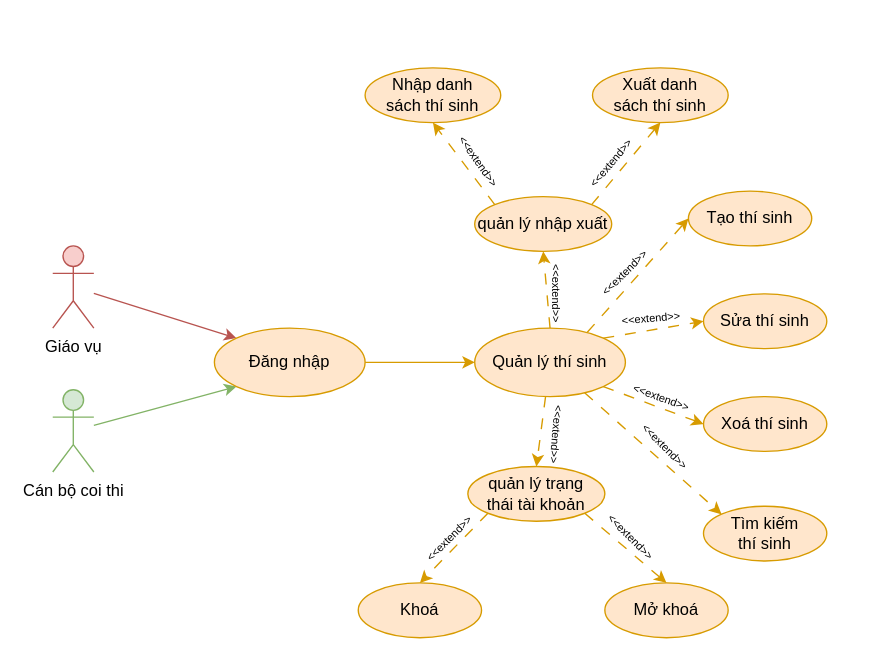
copecute/Edudex-Quiz keeps this draw.io diagram as document/temp/draw/usecase_phanra/usecase_thisinh.drawio. Above is the earlier version. Source tidied: cells renumbered, new cells numbered last; positions are measured from the earlier drawing's top-left corner, leaving out a move shared by most shapes. Both pictures are drawn from the tidied source at 137%, with x=0, y=0 at pixel (52, 67).
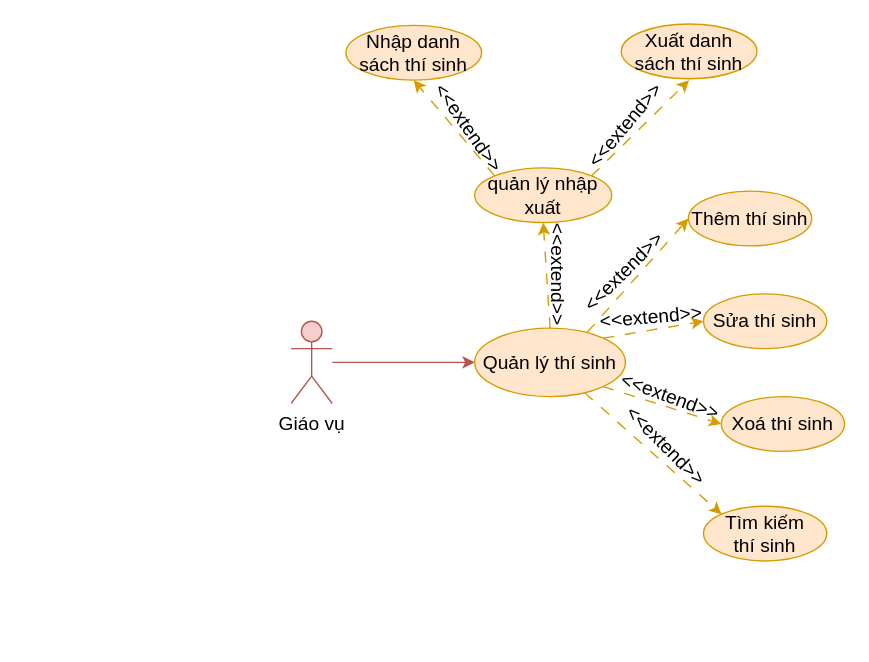
After the change.

Diff of the diagram source:
```diff
@@
-    <mxCell id="2" value="&lt;font style=&quot;font-size: 8px;&quot;&gt;&amp;lt;&amp;lt;extend&amp;gt;&amp;gt;&lt;/font&gt;" style="text;html=1;strokeColor=none;fillColor=none;align=center;verticalAlign=middle;whiteSpace=wrap;rounded=0;rotation=90;" parent="1" vertex="1">
-      <mxGeometry x="339" y="150" width="60" height="30" as="geometry" />
+    <mxCell id="2" value="&lt;font style=&quot;font-size: 14px;&quot;&gt;&amp;lt;&amp;lt;extend&amp;gt;&amp;gt;&lt;/font&gt;" style="text;html=1;strokeColor=none;fillColor=none;align=center;verticalAlign=middle;whiteSpace=wrap;rounded=0;rotation=90;fontSize=14;" parent="1" vertex="1">
+      <mxGeometry x="339" y="136" width="60" height="30" as="geometry" />
     </mxCell>
-    <mxCell id="3" style="rounded=0;jettySize=auto;html=1;entryX=0;entryY=0;entryDx=0;entryDy=0;fillColor=#f8cecc;strokeColor=#b85450;" parent="1" edge="1" source="4" target="38">
-      <mxGeometry relative="1" as="geometry" />
-    </mxCell>
+    <mxCell id="39" style="edgeStyle=orthogonalEdgeStyle;rounded=0;jettySize=auto;html=1;entryX=0;entryY=0.5;entryDx=0;entryDy=0;fillColor=#f8cecc;strokeColor=#b85450;fontSize=14;" parent="1" edge="1" source="4" target="8">
+      <mxGeometry relative="1" as="geometry" />
+    </mxCell>
-    <mxCell id="4" value="Giáo vụ" style="shape=umlActor;verticalLabelPosition=bottom;verticalAlign=top;html=1;outlineConnect=0;fillColor=#f8cecc;strokeColor=#b85450;" parent="1" vertex="1">
-      <mxGeometry y="130" width="30" height="60" as="geometry" />
+    <mxCell id="4" value="Giáo vụ" style="shape=umlActor;verticalLabelPosition=bottom;verticalAlign=top;html=1;outlineConnect=0;fillColor=#f8cecc;strokeColor=#b85450;fontSize=14;" parent="1" vertex="1">
+      <mxGeometry x="174" y="185" width="30" height="60" as="geometry" />
     </mxCell>
-    <mxCell id="5" style="rounded=0;jettySize=auto;html=1;entryX=0;entryY=0;entryDx=0;entryDy=0;fillColor=#ffe6cc;strokeColor=#d79b00;dashed=1;dashPattern=8 8;" parent="1" edge="1" source="8" target="15">
+    <mxCell id="5" style="rounded=0;jettySize=auto;html=1;entryX=0;entryY=0;entryDx=0;entryDy=0;fillColor=#ffe6cc;strokeColor=#d79b00;dashed=1;dashPattern=8 8;fontSize=14;" parent="1" edge="1" source="8" target="15">
       <mxGeometry relative="1" as="geometry" />
     </mxCell>
-    <mxCell id="6" style="rounded=0;jettySize=auto;html=1;exitX=0.5;exitY=0;exitDx=0;exitDy=0;entryX=0.5;entryY=1;entryDx=0;entryDy=0;fillColor=#ffe6cc;strokeColor=#d79b00;dashed=1;dashPattern=8 8;" parent="1" edge="1" source="8" target="22">
+    <mxCell id="6" style="rounded=0;jettySize=auto;html=1;exitX=0.5;exitY=0;exitDx=0;exitDy=0;entryX=0.5;entryY=1;entryDx=0;entryDy=0;fillColor=#ffe6cc;strokeColor=#d79b00;dashed=1;dashPattern=8 8;fontSize=14;" parent="1" edge="1" source="8" target="22">
       <mxGeometry relative="1" as="geometry" />
     </mxCell>
-    <mxCell id="7" style="rounded=0;jettySize=auto;html=1;entryX=0.5;entryY=0;entryDx=0;entryDy=0;fillColor=#ffe6cc;strokeColor=#d79b00;dashed=1;dashPattern=8 8;" parent="1" edge="1" source="8" target="31">
-      <mxGeometry relative="1" as="geometry" />
-    </mxCell>
-    <mxCell id="8" value="Quản lý thí sinh" style="ellipse;whiteSpace=wrap;html=1;fillColor=#ffe6cc;strokeColor=#d79b00;" parent="1" vertex="1">
+    <mxCell id="8" value="Quản lý thí sinh" style="ellipse;whiteSpace=wrap;html=1;fillColor=#ffe6cc;strokeColor=#d79b00;fontSize=14;" parent="1" vertex="1">
       <mxGeometry x="308" y="190" width="110" height="50" as="geometry" />
     </mxCell>
-    <mxCell id="9" style="rounded=0;jettySize=auto;html=1;entryX=0;entryY=0.5;entryDx=0;entryDy=0;fillColor=#ffe6cc;strokeColor=#d79b00;exitX=0.747;exitY=0.061;exitDx=0;exitDy=0;exitPerimeter=0;dashed=1;dashPattern=8 8;" parent="1" edge="1" source="8" target="12">
+    <mxCell id="9" style="rounded=0;jettySize=auto;html=1;entryX=0;entryY=0.5;entryDx=0;entryDy=0;fillColor=#ffe6cc;strokeColor=#d79b00;exitX=0.747;exitY=0.061;exitDx=0;exitDy=0;exitPerimeter=0;dashed=1;dashPattern=8 8;fontSize=14;" parent="1" edge="1" source="8" target="12">
       <mxGeometry relative="1" as="geometry" />
     </mxCell>
-    <mxCell id="10" style="rounded=0;jettySize=auto;html=1;entryX=0;entryY=0.5;entryDx=0;entryDy=0;fillColor=#ffe6cc;strokeColor=#d79b00;exitX=1;exitY=0;exitDx=0;exitDy=0;dashed=1;dashPattern=8 8;" parent="1" edge="1" source="8" target="13">
+    <mxCell id="10" style="rounded=0;jettySize=auto;html=1;entryX=0;entryY=0.5;entryDx=0;entryDy=0;fillColor=#ffe6cc;strokeColor=#d79b00;exitX=1;exitY=0;exitDx=0;exitDy=0;dashed=1;dashPattern=8 8;fontSize=14;" parent="1" edge="1" source="8" target="13">
       <mxGeometry relative="1" as="geometry" />
     </mxCell>
-    <mxCell id="11" style="rounded=0;jettySize=auto;html=1;exitX=1;exitY=1;exitDx=0;exitDy=0;entryX=0;entryY=0.5;entryDx=0;entryDy=0;fillColor=#ffe6cc;strokeColor=#d79b00;dashed=1;dashPattern=8 8;" parent="1" edge="1" source="8" target="14">
+    <mxCell id="11" style="rounded=0;jettySize=auto;html=1;exitX=1;exitY=1;exitDx=0;exitDy=0;entryX=0;entryY=0.5;entryDx=0;entryDy=0;fillColor=#ffe6cc;strokeColor=#d79b00;dashed=1;dashPattern=8 8;fontSize=14;" parent="1" edge="1" source="8" target="14">
       <mxGeometry relative="1" as="geometry" />
     </mxCell>
-    <mxCell id="12" value="Tạo thí sinh" style="ellipse;whiteSpace=wrap;html=1;fillColor=#ffe6cc;strokeColor=#d79b00;" parent="1" vertex="1">
+    <mxCell id="12" value="Thêm thí sinh" style="ellipse;whiteSpace=wrap;html=1;fillColor=#ffe6cc;strokeColor=#d79b00;fontSize=14;" parent="1" vertex="1">
       <mxGeometry x="464" y="90" width="90" height="40" as="geometry" />
     </mxCell>
-    <mxCell id="13" value="Sửa&amp;nbsp;thí sinh" style="ellipse;whiteSpace=wrap;html=1;fillColor=#ffe6cc;strokeColor=#d79b00;" parent="1" vertex="1">
+    <mxCell id="13" value="Sửa&amp;nbsp;thí sinh" style="ellipse;whiteSpace=wrap;html=1;fillColor=#ffe6cc;strokeColor=#d79b00;fontSize=14;" parent="1" vertex="1">
       <mxGeometry x="475" y="165" width="90" height="40" as="geometry" />
     </mxCell>
-    <mxCell id="14" value="Xoá&amp;nbsp;thí sinh" style="ellipse;whiteSpace=wrap;html=1;fillColor=#ffe6cc;strokeColor=#d79b00;" parent="1" vertex="1">
-      <mxGeometry x="475" y="240" width="90" height="40" as="geometry" />
+    <mxCell id="14" value="Xoá&amp;nbsp;thí sinh" style="ellipse;whiteSpace=wrap;html=1;fillColor=#ffe6cc;strokeColor=#d79b00;fontSize=14;" parent="1" vertex="1">
+      <mxGeometry x="488" y="240" width="90" height="40" as="geometry" />
     </mxCell>
-    <mxCell id="15" value="Tìm kiếm&lt;br&gt;thí sinh" style="ellipse;whiteSpace=wrap;html=1;fillColor=#ffe6cc;strokeColor=#d79b00;" parent="1" vertex="1">
+    <mxCell id="15" value="Tìm kiếm&lt;br style=&quot;font-size: 14px;&quot;&gt;thí sinh" style="ellipse;whiteSpace=wrap;html=1;fillColor=#ffe6cc;strokeColor=#d79b00;fontSize=14;" parent="1" vertex="1">
       <mxGeometry x="475" y="320" width="90" height="40" as="geometry" />
     </mxCell>
-    <mxCell id="16" value="&lt;font style=&quot;font-size: 8px;&quot;&gt;&amp;lt;&amp;lt;extend&amp;gt;&amp;gt;&lt;/font&gt;" style="text;html=1;strokeColor=none;fillColor=none;align=center;verticalAlign=middle;whiteSpace=wrap;rounded=0;rotation=-45;" parent="1" vertex="1">
+    <mxCell id="16" value="&lt;font style=&quot;font-size: 14px;&quot;&gt;&amp;lt;&amp;lt;extend&amp;gt;&amp;gt;&lt;/font&gt;" style="text;html=1;strokeColor=none;fillColor=none;align=center;verticalAlign=middle;whiteSpace=wrap;rounded=0;rotation=-45;fontSize=14;" parent="1" vertex="1">
       <mxGeometry x="387" y="134" width="60" height="30" as="geometry" />
     </mxCell>
-    <mxCell id="17" value="&lt;font style=&quot;font-size: 8px;&quot;&gt;&amp;lt;&amp;lt;extend&amp;gt;&amp;gt;&lt;/font&gt;" style="text;html=1;strokeColor=none;fillColor=none;align=center;verticalAlign=middle;whiteSpace=wrap;rounded=0;rotation=-5;" parent="1" vertex="1">
+    <mxCell id="17" value="&lt;font style=&quot;font-size: 14px;&quot;&gt;&amp;lt;&amp;lt;extend&amp;gt;&amp;gt;&lt;/font&gt;" style="text;html=1;strokeColor=none;fillColor=none;align=center;verticalAlign=middle;whiteSpace=wrap;rounded=0;rotation=-5;fontSize=14;" parent="1" vertex="1">
       <mxGeometry x="407" y="167" width="60" height="30" as="geometry" />
     </mxCell>
-    <mxCell id="18" value="&lt;font style=&quot;font-size: 8px;&quot;&gt;&amp;lt;&amp;lt;extend&amp;gt;&amp;gt;&lt;/font&gt;" style="text;html=1;strokeColor=none;fillColor=none;align=center;verticalAlign=middle;whiteSpace=wrap;rounded=0;rotation=20;" parent="1" vertex="1">
-      <mxGeometry x="415" y="225" width="60" height="30" as="geometry" />
+    <mxCell id="18" value="&lt;font style=&quot;font-size: 14px;&quot;&gt;&amp;lt;&amp;lt;extend&amp;gt;&amp;gt;&lt;/font&gt;" style="text;html=1;strokeColor=none;fillColor=none;align=center;verticalAlign=middle;whiteSpace=wrap;rounded=0;rotation=20;fontSize=14;" parent="1" vertex="1">
+      <mxGeometry x="421" y="225" width="60" height="30" as="geometry" />
     </mxCell>
-    <mxCell id="19" value="&lt;font style=&quot;font-size: 8px;&quot;&gt;&amp;lt;&amp;lt;extend&amp;gt;&amp;gt;&lt;/font&gt;" style="text;html=1;strokeColor=none;fillColor=none;align=center;verticalAlign=middle;whiteSpace=wrap;rounded=0;rotation=45;" parent="1" vertex="1">
+    <mxCell id="19" value="&lt;font style=&quot;font-size: 14px;&quot;&gt;&amp;lt;&amp;lt;extend&amp;gt;&amp;gt;&lt;/font&gt;" style="text;html=1;strokeColor=none;fillColor=none;align=center;verticalAlign=middle;whiteSpace=wrap;rounded=0;rotation=45;fontSize=14;" parent="1" vertex="1">
       <mxGeometry x="418" y="261" width="60" height="30" as="geometry" />
     </mxCell>
-    <mxCell id="20" style="rounded=0;jettySize=auto;html=1;exitX=0;exitY=0;exitDx=0;exitDy=0;entryX=0.5;entryY=1;entryDx=0;entryDy=0;dashed=1;dashPattern=8 8;fillColor=#ffe6cc;strokeColor=#d79b00;" parent="1" edge="1" source="22" target="24">
+    <mxCell id="20" style="rounded=0;jettySize=auto;html=1;exitX=0;exitY=0;exitDx=0;exitDy=0;entryX=0.5;entryY=1;entryDx=0;entryDy=0;dashed=1;dashPattern=8 8;fillColor=#ffe6cc;strokeColor=#d79b00;fontSize=14;" parent="1" edge="1" source="22" target="24">
       <mxGeometry relative="1" as="geometry" />
     </mxCell>
-    <mxCell id="21" style="rounded=0;jettySize=auto;html=1;exitX=1;exitY=0;exitDx=0;exitDy=0;entryX=0.5;entryY=1;entryDx=0;entryDy=0;dashed=1;dashPattern=8 8;fillColor=#ffe6cc;strokeColor=#d79b00;" parent="1" edge="1" source="22" target="23">
-      <mxGeometry relative="1" as="geometry" />
+    <mxCell id="21" style="rounded=0;jettySize=auto;html=1;exitX=1;exitY=0;exitDx=0;exitDy=0;entryX=0.5;entryY=1;entryDx=0;entryDy=0;dashed=1;dashPattern=8 8;fillColor=#ffe6cc;strokeColor=#d79b00;fontSize=14;" parent="1" edge="1" source="22">
+      <mxGeometry relative="1" as="geometry">
+        <mxPoint x="464.5" y="9" as="targetPoint" />
+      </mxGeometry>
     </mxCell>
-    <mxCell id="22" value="quản lý nhập xuất" style="ellipse;whiteSpace=wrap;html=1;fillColor=#ffe6cc;strokeColor=#d79b00;" parent="1" vertex="1">
-      <mxGeometry x="308" y="94" width="100" height="40" as="geometry" />
+    <mxCell id="22" value="quản lý nhập xuất" style="ellipse;whiteSpace=wrap;html=1;fillColor=#ffe6cc;strokeColor=#d79b00;fontSize=14;" parent="1" vertex="1">
+      <mxGeometry x="308" y="73" width="100" height="40" as="geometry" />
     </mxCell>
-    <mxCell id="23" value="Xuất danh&lt;br&gt;sách&amp;nbsp;thí sinh" style="ellipse;whiteSpace=wrap;html=1;fillColor=#ffe6cc;strokeColor=#d79b00;" parent="1" vertex="1">
-      <mxGeometry x="394" width="99" height="40" as="geometry" />
+    <mxCell id="23" value="Xuất danh&lt;br style=&quot;font-size: 14px;&quot;&gt;sách&amp;nbsp;thí sinh" style="ellipse;whiteSpace=wrap;html=1;fillColor=#ffe6cc;strokeColor=#d79b00;fontSize=14;" parent="1" vertex="1">
+      <mxGeometry x="415" y="-32" width="99" height="40" as="geometry" />
     </mxCell>
-    <mxCell id="24" value="Nhập danh&lt;br&gt;sách thí sinh" style="ellipse;whiteSpace=wrap;html=1;fillColor=#ffe6cc;strokeColor=#d79b00;" parent="1" vertex="1">
-      <mxGeometry x="228" width="99" height="40" as="geometry" />
+    <mxCell id="24" value="Nhập danh&lt;br style=&quot;font-size: 14px;&quot;&gt;sách thí sinh" style="ellipse;whiteSpace=wrap;html=1;fillColor=#ffe6cc;strokeColor=#d79b00;fontSize=14;" parent="1" vertex="1">
+      <mxGeometry x="214" y="-31" width="99" height="40" as="geometry" />
     </mxCell>
-    <mxCell id="25" value="&lt;font style=&quot;font-size: 8px;&quot;&gt;&amp;lt;&amp;lt;extend&amp;gt;&amp;gt;&lt;/font&gt;" style="text;html=1;strokeColor=none;fillColor=none;align=center;verticalAlign=middle;whiteSpace=wrap;rounded=0;rotation=55;" parent="1" vertex="1">
-      <mxGeometry x="282" y="53" width="60" height="30" as="geometry" />
+    <mxCell id="25" value="&lt;font style=&quot;font-size: 14px;&quot;&gt;&amp;lt;&amp;lt;extend&amp;gt;&amp;gt;&lt;/font&gt;" style="text;html=1;strokeColor=none;fillColor=none;align=center;verticalAlign=middle;whiteSpace=wrap;rounded=0;rotation=55;fontSize=14;" parent="1" vertex="1">
+      <mxGeometry x="274" y="29" width="60" height="30" as="geometry" />
     </mxCell>
-    <mxCell id="26" value="&lt;font style=&quot;font-size: 8px;&quot;&gt;&amp;lt;&amp;lt;extend&amp;gt;&amp;gt;&lt;/font&gt;" style="text;html=1;strokeColor=none;fillColor=none;align=center;verticalAlign=middle;whiteSpace=wrap;rounded=0;rotation=-50;" parent="1" vertex="1">
-      <mxGeometry x="377" y="54" width="60" height="30" as="geometry" />
+    <mxCell id="26" value="&lt;font style=&quot;font-size: 14px;&quot;&gt;&amp;lt;&amp;lt;extend&amp;gt;&amp;gt;&lt;/font&gt;" style="text;html=1;strokeColor=none;fillColor=none;align=center;verticalAlign=middle;whiteSpace=wrap;rounded=0;rotation=-50;fontSize=14;" parent="1" vertex="1">
+      <mxGeometry x="388" y="27" width="60" height="30" as="geometry" />
     </mxCell>
-    <mxCell id="27" style="rounded=0;jettySize=auto;html=1;entryX=0;entryY=1;entryDx=0;entryDy=0;fillColor=#d5e8d4;strokeColor=#82b366;" parent="1" edge="1" source="28" target="38">
-      <mxGeometry relative="1" as="geometry" />
-    </mxCell>
-    <mxCell id="28" value="Cán bộ coi thi" style="shape=umlActor;verticalLabelPosition=bottom;verticalAlign=top;html=1;outlineConnect=0;fillColor=#d5e8d4;strokeColor=#82b366;" parent="1" vertex="1">
-      <mxGeometry y="235" width="30" height="60" as="geometry" />
-    </mxCell>
-    <mxCell id="29" style="rounded=0;jettySize=auto;html=1;exitX=0;exitY=1;exitDx=0;exitDy=0;entryX=0.5;entryY=0;entryDx=0;entryDy=0;fillColor=#ffe6cc;strokeColor=#d79b00;dashed=1;dashPattern=8 8;" parent="1" edge="1" source="31" target="32">
-      <mxGeometry relative="1" as="geometry" />
-    </mxCell>
-    <mxCell id="30" style="rounded=0;jettySize=auto;html=1;exitX=1;exitY=1;exitDx=0;exitDy=0;entryX=0.5;entryY=0;entryDx=0;entryDy=0;fillColor=#ffe6cc;strokeColor=#d79b00;dashed=1;dashPattern=8 8;" parent="1" edge="1" source="31" target="33">
-      <mxGeometry relative="1" as="geometry" />
-    </mxCell>
-    <mxCell id="31" value="quản lý trạng&lt;br&gt;thái tài khoản" style="ellipse;whiteSpace=wrap;html=1;fillColor=#ffe6cc;strokeColor=#d79b00;" parent="1" vertex="1">
-      <mxGeometry x="303" y="291" width="100" height="40" as="geometry" />
-    </mxCell>
-    <mxCell id="32" value="Khoá" style="ellipse;whiteSpace=wrap;html=1;fillColor=#ffe6cc;strokeColor=#d79b00;" parent="1" vertex="1">
-      <mxGeometry x="223" y="376" width="90" height="40" as="geometry" />
-    </mxCell>
-    <mxCell id="33" value="Mở khoá" style="ellipse;whiteSpace=wrap;html=1;fillColor=#ffe6cc;strokeColor=#d79b00;" parent="1" vertex="1">
-      <mxGeometry x="403" y="376" width="90" height="40" as="geometry" />
-    </mxCell>
-    <mxCell id="34" value="&lt;font style=&quot;font-size: 8px;&quot;&gt;&amp;lt;&amp;lt;extend&amp;gt;&amp;gt;&lt;/font&gt;" style="text;html=1;strokeColor=none;fillColor=none;align=center;verticalAlign=middle;whiteSpace=wrap;rounded=0;rotation=-45;" parent="1" vertex="1">
-      <mxGeometry x="259" y="328" width="60" height="30" as="geometry" />
-    </mxCell>
-    <mxCell id="35" value="&lt;font style=&quot;font-size: 8px;&quot;&gt;&amp;lt;&amp;lt;extend&amp;gt;&amp;gt;&lt;/font&gt;" style="text;html=1;strokeColor=none;fillColor=none;align=center;verticalAlign=middle;whiteSpace=wrap;rounded=0;rotation=45;" parent="1" vertex="1">
-      <mxGeometry x="393" y="327" width="60" height="30" as="geometry" />
-    </mxCell>
-    <mxCell id="36" value="&lt;font style=&quot;font-size: 8px;&quot;&gt;&amp;lt;&amp;lt;extend&amp;gt;&amp;gt;&lt;/font&gt;" style="text;html=1;strokeColor=none;fillColor=none;align=center;verticalAlign=middle;whiteSpace=wrap;rounded=0;rotation=95;" parent="1" vertex="1">
-      <mxGeometry x="339" y="253" width="60" height="30" as="geometry" />
-    </mxCell>
-    <mxCell id="37" style="edgeStyle=orthogonalEdgeStyle;rounded=0;jettySize=auto;html=1;entryX=0;entryY=0.5;entryDx=0;entryDy=0;fillColor=#ffe6cc;strokeColor=#d79b00;" parent="1" edge="1" source="38" target="8">
-      <mxGeometry relative="1" as="geometry" />
-    </mxCell>
-    <mxCell id="38" value="Đăng nhập" style="ellipse;whiteSpace=wrap;html=1;fillColor=#ffe6cc;strokeColor=#d79b00;" parent="1" vertex="1">
-      <mxGeometry x="118" y="190" width="110" height="50" as="geometry" />
-    </mxCell>
```
